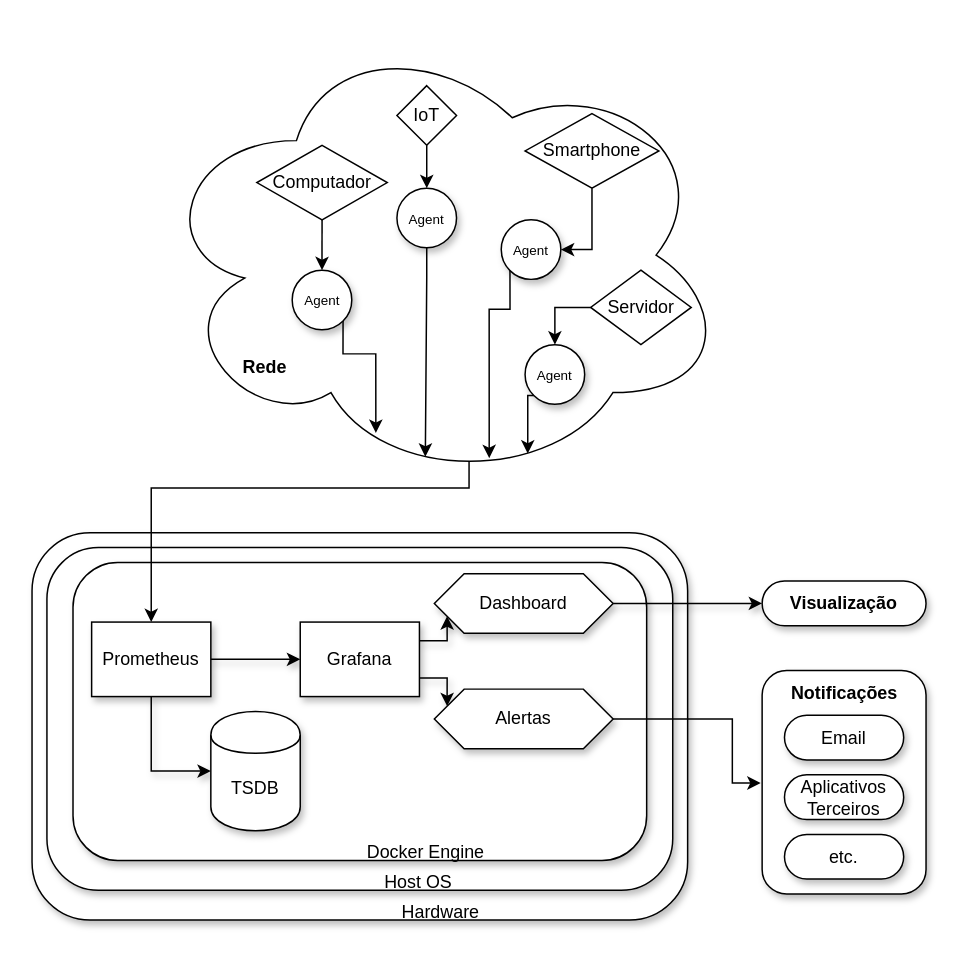
vitorco7/saturmon keeps this draw.io diagram as texto/Diagrams/v3-prometheus/v3_diagram_with_layers.drawio. Above is the earlier version. Source tidied: cells renumbered, new cells numbered last; positions are measured from the earlier drawing's top-left corner, leaving out a move shared by most shapes. Both pictures are drawn from the tidied source at 149%, with x=0, y=0 at pixel (31, 25).
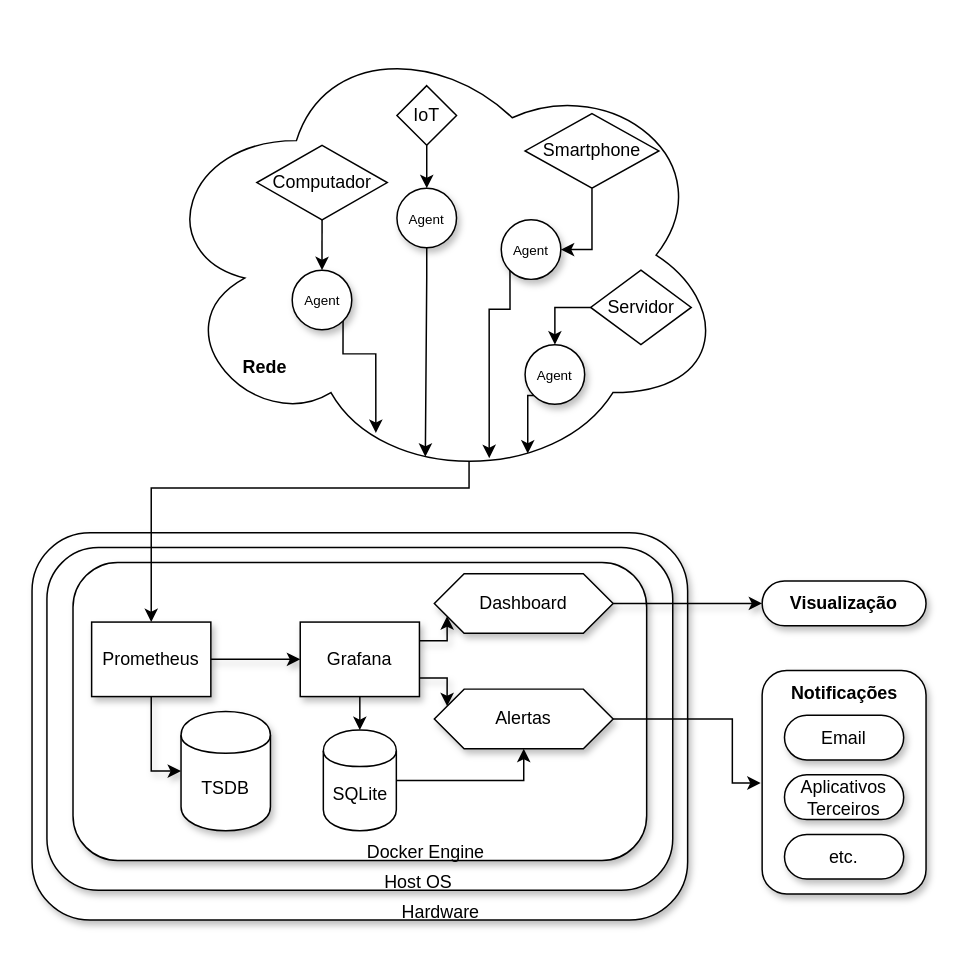
Above is the later version.

The change refers to these unchanged cells:
```xml
<mxCell id="12" value="&lt;div&gt;Grafana&lt;/div&gt;" style="html=1;whiteSpace=wrap;shadow=1;" parent="1" vertex="1">
  <mxGeometry x="180" y="400" width="80" height="50" as="geometry" />
</mxCell>
<mxCell id="16" value="&lt;div&gt;Alertas&lt;/div&gt;" style="shape=hexagon;perimeter=hexagonPerimeter2;whiteSpace=wrap;html=1;fixedSize=1;shadow=1;" parent="1" vertex="1">
  <mxGeometry x="270" y="445" width="120" height="40" as="geometry" />
</mxCell>
```

What changed in the source:
```diff
@@
+    <mxCell id="44" style="edgeStyle=orthogonalEdgeStyle;rounded=0;jettySize=auto;html=1;exitX=0.5;exitY=1;exitDx=0;exitDy=0;entryX=0.5;entryY=0;entryDx=0;entryDy=0;" parent="1" edge="1" source="12" target="46">
+      <mxGeometry relative="1" as="geometry" />
+    </mxCell>
@@
     <mxCell id="13" value="TSDB" style="shape=cylinder;whiteSpace=wrap;html=1;boundedLbl=1;backgroundOutline=1;shadow=1;" parent="1" vertex="1">
-      <mxGeometry x="120" y="460" width="60" height="80" as="geometry" />
+      <mxGeometry x="100" y="460" width="60" height="80" as="geometry" />
     </mxCell>
@@
+    <mxCell id="45" style="edgeStyle=orthogonalEdgeStyle;rounded=0;jettySize=auto;html=1;exitX=1;exitY=0.5;exitDx=0;exitDy=0;entryX=0.5;entryY=1;entryDx=0;entryDy=0;" parent="1" edge="1" source="46" target="16">
+      <mxGeometry relative="1" as="geometry" />
+    </mxCell>
+    <mxCell id="46" value="SQLite" style="shape=cylinder;whiteSpace=wrap;html=1;boundedLbl=1;backgroundOutline=1;shadow=0;" parent="1" vertex="1">
+      <mxGeometry x="195.5" y="472.5" width="49" height="67.5" as="geometry" />
+    </mxCell>
```
